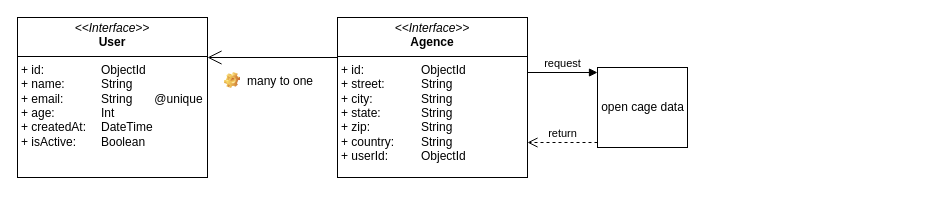
Above: Diagramme ULM.drawio in Pierre-FABIEN/TEST (draw.io), before the change. Source tidied: cells renumbered, new cells numbered last; positions are measured from the earlier drawing's top-left corner, leaving out a move shared by most shapes. Both pictures are drawn from the tidied source at 100%, with x=0, y=0 at pixel (17, 17).
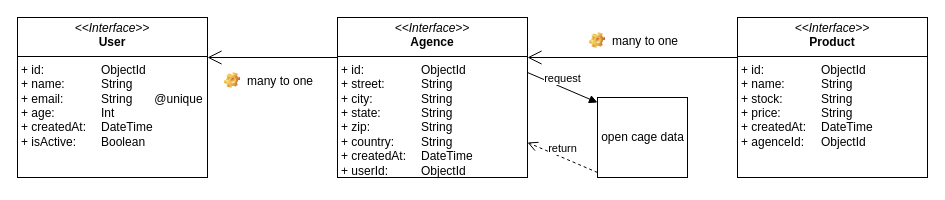
The same diagram, later.

Diff of the diagram source:
```diff
@@
 <mxGraphModel>
   <root>
     <mxCell id="0" />
     <mxCell id="1" parent="0" />
     <mxCell id="2" value="&lt;p style=&quot;margin:0px;margin-top:4px;text-align:center;&quot;&gt;&lt;i&gt;&amp;lt;&amp;lt;Interface&amp;gt;&amp;gt;&lt;/i&gt;&lt;br&gt;&lt;b&gt;User&lt;/b&gt;&lt;/p&gt;&lt;hr size=&quot;1&quot; style=&quot;border-style:solid;&quot;&gt;&lt;p style=&quot;margin:0px;margin-left:4px;&quot;&gt;+ id: &lt;span style=&quot;white-space: pre;&quot;&gt;&#9;&lt;/span&gt;&lt;span style=&quot;white-space: pre;&quot;&gt;&#9;&lt;/span&gt;ObjectId&lt;br&gt;+ name: &lt;span style=&quot;white-space: pre;&quot;&gt;&#9;&lt;span style=&quot;white-space: pre;&quot;&gt;&#9;&lt;/span&gt;&lt;/span&gt;String&lt;/p&gt;&lt;p style=&quot;margin:0px;margin-left:4px;&quot;&gt;+ email: &lt;span style=&quot;white-space: pre;&quot;&gt;&#9;&lt;span style=&quot;white-space: pre;&quot;&gt;&#9;&lt;/span&gt;&lt;/span&gt;String&lt;span style=&quot;white-space: pre;&quot;&gt;&#9;&lt;/span&gt;@unique&lt;br&gt;&lt;/p&gt;&lt;p style=&quot;margin:0px;margin-left:4px;&quot;&gt;+ age: &lt;span style=&quot;white-space: pre;&quot;&gt;&#9;&lt;span style=&quot;white-space: pre;&quot;&gt;&#9;&lt;/span&gt;I&lt;/span&gt;nt&lt;br&gt;&lt;/p&gt;&lt;p style=&quot;margin:0px;margin-left:4px;&quot;&gt;+ createdAt: &lt;span style=&quot;white-space: pre;&quot;&gt;&#9;&lt;/span&gt;DateTime&lt;/p&gt;&lt;p style=&quot;margin:0px;margin-left:4px;&quot;&gt;+ isActive: &lt;span style=&quot;white-space: pre;&quot;&gt;&#9;&lt;/span&gt;Boolean&lt;br&gt;&lt;/p&gt;" style="verticalAlign=top;align=left;overflow=fill;html=1;whiteSpace=wrap;" parent="1" vertex="1">
       <mxGeometry width="190" height="160" as="geometry" />
     </mxCell>
-    <mxCell id="3" value="&lt;p style=&quot;margin:0px;margin-top:4px;text-align:center;&quot;&gt;&lt;i&gt;&amp;lt;&amp;lt;Interface&amp;gt;&amp;gt;&lt;/i&gt;&lt;br&gt;&lt;b&gt;Agence&lt;/b&gt;&lt;/p&gt;&lt;hr size=&quot;1&quot; style=&quot;border-style:solid;&quot;&gt;&lt;p style=&quot;margin:0px;margin-left:4px;&quot;&gt;+ id: &lt;span style=&quot;white-space: pre;&quot;&gt;&#9;&lt;/span&gt;&lt;span style=&quot;white-space: pre;&quot;&gt;&#9;&lt;/span&gt;ObjectId&lt;br&gt;+ street: &lt;span style=&quot;white-space: pre;&quot;&gt;&#9;&lt;span style=&quot;white-space: pre;&quot;&gt;&#9;&lt;/span&gt;&lt;/span&gt;String&lt;/p&gt;&lt;p style=&quot;margin:0px;margin-left:4px;&quot;&gt;+ city: &lt;span style=&quot;white-space: pre;&quot;&gt;&#9;&lt;span style=&quot;white-space: pre;&quot;&gt;&#9;&lt;/span&gt;&lt;/span&gt;String&lt;span style=&quot;white-space: pre;&quot;&gt;&#9;&lt;/span&gt;&lt;br&gt;&lt;/p&gt;&lt;p style=&quot;margin:0px;margin-left:4px;&quot;&gt;+ state: &lt;span style=&quot;white-space: pre;&quot;&gt;&#9;&lt;span style=&quot;white-space: pre;&quot;&gt;&#9;&lt;/span&gt;&lt;/span&gt;&lt;span style=&quot;background-color: initial;&quot;&gt;String&lt;/span&gt;&lt;/p&gt;&lt;p style=&quot;margin:0px;margin-left:4px;&quot;&gt;&lt;span style=&quot;background-color: initial;&quot;&gt;+ zip:&lt;/span&gt;&lt;span style=&quot;background-color: initial;&quot;&gt;&amp;nbsp;&lt;/span&gt;&lt;span style=&quot;background-color: initial; white-space: pre;&quot;&gt;&#9;&lt;span style=&quot;white-space: pre;&quot;&gt;&#9;&lt;/span&gt;&lt;/span&gt;&lt;span style=&quot;background-color: initial;&quot;&gt;String&lt;/span&gt;&lt;/p&gt;&lt;p style=&quot;margin:0px;margin-left:4px;&quot;&gt;&lt;span style=&quot;background-color: initial;&quot;&gt;+ country:&lt;/span&gt;&lt;span style=&quot;background-color: initial;&quot;&gt;&amp;nbsp;&lt;/span&gt;&lt;span style=&quot;background-color: initial; white-space: pre;&quot;&gt;&#9;&lt;/span&gt;&lt;span style=&quot;background-color: initial;&quot;&gt;String&lt;/span&gt;&lt;span style=&quot;background-color: initial; white-space: pre;&quot;&gt;&#9;&lt;/span&gt;&lt;br&gt;&lt;/p&gt;&lt;p style=&quot;margin:0px;margin-left:4px;&quot;&gt;+ userId: &lt;span style=&quot;white-space: pre;&quot;&gt;&#9;&lt;span style=&quot;white-space: pre;&quot;&gt;&#9;&lt;/span&gt;&lt;/span&gt;&lt;span style=&quot;background-color: initial;&quot;&gt;ObjectId&lt;/span&gt;&lt;/p&gt;&lt;p style=&quot;margin:0px;margin-left:4px;&quot;&gt;&lt;br&gt;&lt;/p&gt;" style="verticalAlign=top;align=left;overflow=fill;html=1;whiteSpace=wrap;" parent="1" vertex="1">
+    <mxCell id="3" value="&lt;p style=&quot;margin:0px;margin-top:4px;text-align:center;&quot;&gt;&lt;i&gt;&amp;lt;&amp;lt;Interface&amp;gt;&amp;gt;&lt;/i&gt;&lt;br&gt;&lt;b&gt;Agence&lt;/b&gt;&lt;/p&gt;&lt;hr size=&quot;1&quot; style=&quot;border-style:solid;&quot;&gt;&lt;p style=&quot;margin:0px;margin-left:4px;&quot;&gt;+ id: &lt;span style=&quot;white-space: pre;&quot;&gt;&#9;&lt;/span&gt;&lt;span style=&quot;white-space: pre;&quot;&gt;&#9;&lt;/span&gt;ObjectId&lt;br&gt;+ street: &lt;span style=&quot;white-space: pre;&quot;&gt;&#9;&lt;span style=&quot;white-space: pre;&quot;&gt;&#9;&lt;/span&gt;&lt;/span&gt;String&lt;/p&gt;&lt;p style=&quot;margin:0px;margin-left:4px;&quot;&gt;+ city: &lt;span style=&quot;white-space: pre;&quot;&gt;&#9;&lt;span style=&quot;white-space: pre;&quot;&gt;&#9;&lt;/span&gt;&lt;/span&gt;String&lt;span style=&quot;white-space: pre;&quot;&gt;&#9;&lt;/span&gt;&lt;br&gt;&lt;/p&gt;&lt;p style=&quot;margin:0px;margin-left:4px;&quot;&gt;+ state: &lt;span style=&quot;white-space: pre;&quot;&gt;&#9;&lt;span style=&quot;white-space: pre;&quot;&gt;&#9;&lt;/span&gt;&lt;/span&gt;&lt;span style=&quot;background-color: initial;&quot;&gt;String&lt;/span&gt;&lt;/p&gt;&lt;p style=&quot;margin:0px;margin-left:4px;&quot;&gt;&lt;span style=&quot;background-color: initial;&quot;&gt;+ zip:&lt;/span&gt;&lt;span style=&quot;background-color: initial;&quot;&gt;&amp;nbsp;&lt;/span&gt;&lt;span style=&quot;background-color: initial; white-space: pre;&quot;&gt;&#9;&lt;span style=&quot;white-space: pre;&quot;&gt;&#9;&lt;/span&gt;&lt;/span&gt;&lt;span style=&quot;background-color: initial;&quot;&gt;String&lt;/span&gt;&lt;/p&gt;&lt;p style=&quot;margin:0px;margin-left:4px;&quot;&gt;&lt;span style=&quot;background-color: initial;&quot;&gt;+ country:&lt;/span&gt;&lt;span style=&quot;background-color: initial;&quot;&gt;&amp;nbsp;&lt;/span&gt;&lt;span style=&quot;background-color: initial; white-space: pre;&quot;&gt;&#9;&lt;/span&gt;&lt;span style=&quot;background-color: initial;&quot;&gt;String&lt;/span&gt;&lt;span style=&quot;background-color: initial; white-space: pre;&quot;&gt;&#9;&lt;/span&gt;&lt;br&gt;&lt;/p&gt;&lt;p style=&quot;margin:0px;margin-left:4px;&quot;&gt;+ createdAt:&amp;nbsp;&lt;span style=&quot;white-space: pre;&quot;&gt;&#9;&lt;/span&gt;DateTime&lt;br&gt;&lt;/p&gt;&lt;p style=&quot;margin:0px;margin-left:4px;&quot;&gt;+ userId: &lt;span style=&quot;white-space: pre;&quot;&gt;&#9;&lt;span style=&quot;white-space: pre;&quot;&gt;&#9;&lt;/span&gt;&lt;/span&gt;&lt;span style=&quot;background-color: initial;&quot;&gt;ObjectId&lt;/span&gt;&lt;/p&gt;&lt;p style=&quot;margin:0px;margin-left:4px;&quot;&gt;&lt;br&gt;&lt;/p&gt;" style="verticalAlign=top;align=left;overflow=fill;html=1;whiteSpace=wrap;" parent="1" vertex="1">
       <mxGeometry x="320" width="190" height="160" as="geometry" />
     </mxCell>
     <mxCell id="4" style="endArrow=open;endFill=1;endSize=12;html=1;rounded=0;exitX=0;exitY=0.25;exitDx=0;exitDy=0;entryX=1;entryY=0.25;entryDx=0;entryDy=0;" parent="1" edge="1" source="3" target="2">
       <mxGeometry relative="1" as="geometry" />
     </mxCell>
     <mxCell id="5" value="many to one" style="label;fontStyle=0;strokeColor=none;fillColor=none;align=left;verticalAlign=top;overflow=hidden;spacingLeft=28;spacingRight=4;imageWidth=16;imageHeight=16;whiteSpace=wrap;html=1;image=img/clipart/Gear_128x128.png;" parent="1" vertex="1">
       <mxGeometry x="200" y="50" width="120" height="26" as="geometry" />
     </mxCell>
     <mxCell id="6" value="open cage data" style="html=1;points=[[0,0,0,0,5],[0,1,0,0,-5],[1,0,0,0,5],[1,1,0,0,-5]];perimeter=orthogonalPerimeter;outlineConnect=0;targetShapes=umlLifeline;portConstraint=eastwest;newEdgeStyle={&quot;curved&quot;:0,&quot;rounded&quot;:0};" parent="1" vertex="1">
-      <mxGeometry x="580" y="50" width="90" height="80" as="geometry" />
+      <mxGeometry x="580" y="80" width="90" height="80" as="geometry" />
     </mxCell>
     <mxCell id="7" value="request" style="html=1;verticalAlign=bottom;endArrow=block;curved=0;rounded=0;entryX=0;entryY=0;entryDx=0;entryDy=5;" parent="1" edge="1" target="6">
       <mxGeometry relative="1" as="geometry">
         <mxPoint x="510" y="55" as="sourcePoint" />
       </mxGeometry>
     </mxCell>
     <mxCell id="8" value="return" style="html=1;verticalAlign=bottom;endArrow=open;dashed=1;endSize=8;curved=0;rounded=0;exitX=0;exitY=1;exitDx=0;exitDy=-5;" parent="1" edge="1" source="6">
       <mxGeometry relative="1" as="geometry">
         <mxPoint x="510" y="125" as="targetPoint" />
       </mxGeometry>
     </mxCell>
+    <mxCell id="9" value="&lt;p style=&quot;margin:0px;margin-top:4px;text-align:center;&quot;&gt;&lt;i&gt;&amp;lt;&amp;lt;Interface&amp;gt;&amp;gt;&lt;/i&gt;&lt;br&gt;&lt;b&gt;Product&lt;/b&gt;&lt;/p&gt;&lt;hr size=&quot;1&quot; style=&quot;border-style:solid;&quot;&gt;&lt;p style=&quot;margin:0px;margin-left:4px;&quot;&gt;+ id: &lt;span style=&quot;white-space: pre;&quot;&gt;&#9;&lt;/span&gt;&lt;span style=&quot;white-space: pre;&quot;&gt;&#9;&lt;/span&gt;ObjectId&lt;br&gt;+ name: &lt;span style=&quot;white-space: pre;&quot;&gt;&#9;&lt;span style=&quot;white-space: pre;&quot;&gt;&#9;&lt;/span&gt;&lt;/span&gt;String&lt;/p&gt;&lt;p style=&quot;margin:0px;margin-left:4px;&quot;&gt;+ stock: &lt;span style=&quot;white-space: pre;&quot;&gt;&#9;&lt;span style=&quot;white-space: pre;&quot;&gt;&#9;&lt;/span&gt;&lt;/span&gt;String&lt;span style=&quot;white-space: pre;&quot;&gt;&#9;&lt;/span&gt;&lt;br&gt;&lt;/p&gt;&lt;p style=&quot;margin:0px;margin-left:4px;&quot;&gt;+ price: &lt;span style=&quot;white-space: pre;&quot;&gt;&#9;&lt;span style=&quot;white-space: pre;&quot;&gt;&#9;&lt;/span&gt;&lt;/span&gt;&lt;span style=&quot;background-color: initial;&quot;&gt;String&lt;/span&gt;&lt;/p&gt;&lt;p style=&quot;margin:0px;margin-left:4px;&quot;&gt;+ createdAt:&amp;nbsp;&lt;span style=&quot;white-space: pre;&quot;&gt;&#9;&lt;/span&gt;DateTime&lt;span style=&quot;background-color: initial;&quot;&gt;&lt;br&gt;&lt;/span&gt;&lt;/p&gt;&lt;p style=&quot;margin:0px;margin-left:4px;&quot;&gt;&lt;span style=&quot;background-color: initial;&quot;&gt;+ agenceId:&lt;/span&gt;&lt;span style=&quot;background-color: initial; white-space: pre;&quot;&gt;&#9;&lt;/span&gt;&lt;span style=&quot;background-color: initial;&quot;&gt;ObjectId&lt;/span&gt;&lt;/p&gt;&lt;p style=&quot;margin:0px;margin-left:4px;&quot;&gt;&lt;br&gt;&lt;/p&gt;" style="verticalAlign=top;align=left;overflow=fill;html=1;whiteSpace=wrap;" parent="1" vertex="1">
+      <mxGeometry x="720" width="190" height="160" as="geometry" />
+    </mxCell>
+    <mxCell id="10" style="endArrow=open;endFill=1;endSize=12;html=1;rounded=0;exitX=0;exitY=0.25;exitDx=0;exitDy=0;entryX=1;entryY=0.25;entryDx=0;entryDy=0;" parent="1" edge="1" target="3">
+      <mxGeometry relative="1" as="geometry">
+        <mxPoint x="720" y="40" as="sourcePoint" />
+      </mxGeometry>
+    </mxCell>
+    <mxCell id="11" value="many to one" style="label;fontStyle=0;strokeColor=none;fillColor=none;align=left;verticalAlign=top;overflow=hidden;spacingLeft=28;spacingRight=4;imageWidth=16;imageHeight=16;whiteSpace=wrap;html=1;image=img/clipart/Gear_128x128.png;" parent="1" vertex="1">
+      <mxGeometry x="565" y="10" width="120" height="26" as="geometry" />
+    </mxCell>
   </root>
 </mxGraphModel>
```
